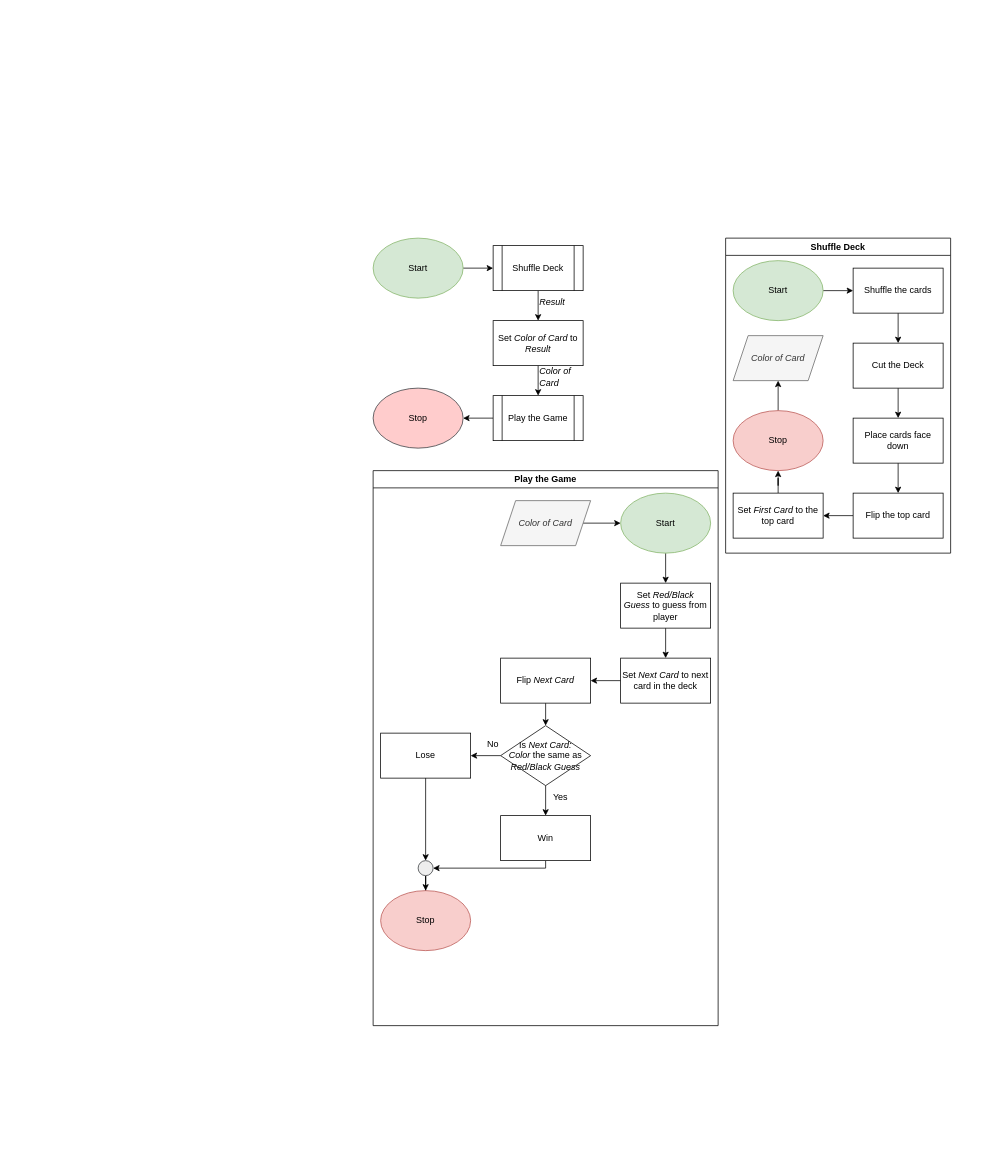
The draw.io diagram newRedOrBlackDiagram.drawio in fabianlegair/techelevator, before the edit. Source tidied: cells renumbered, new cells numbered last; positions are measured from the earlier drawing's top-left corner, leaving out a move shared by most shapes. Both pictures are drawn from the tidied source at 75%, with x=0, y=0 at pixel (373, 238).
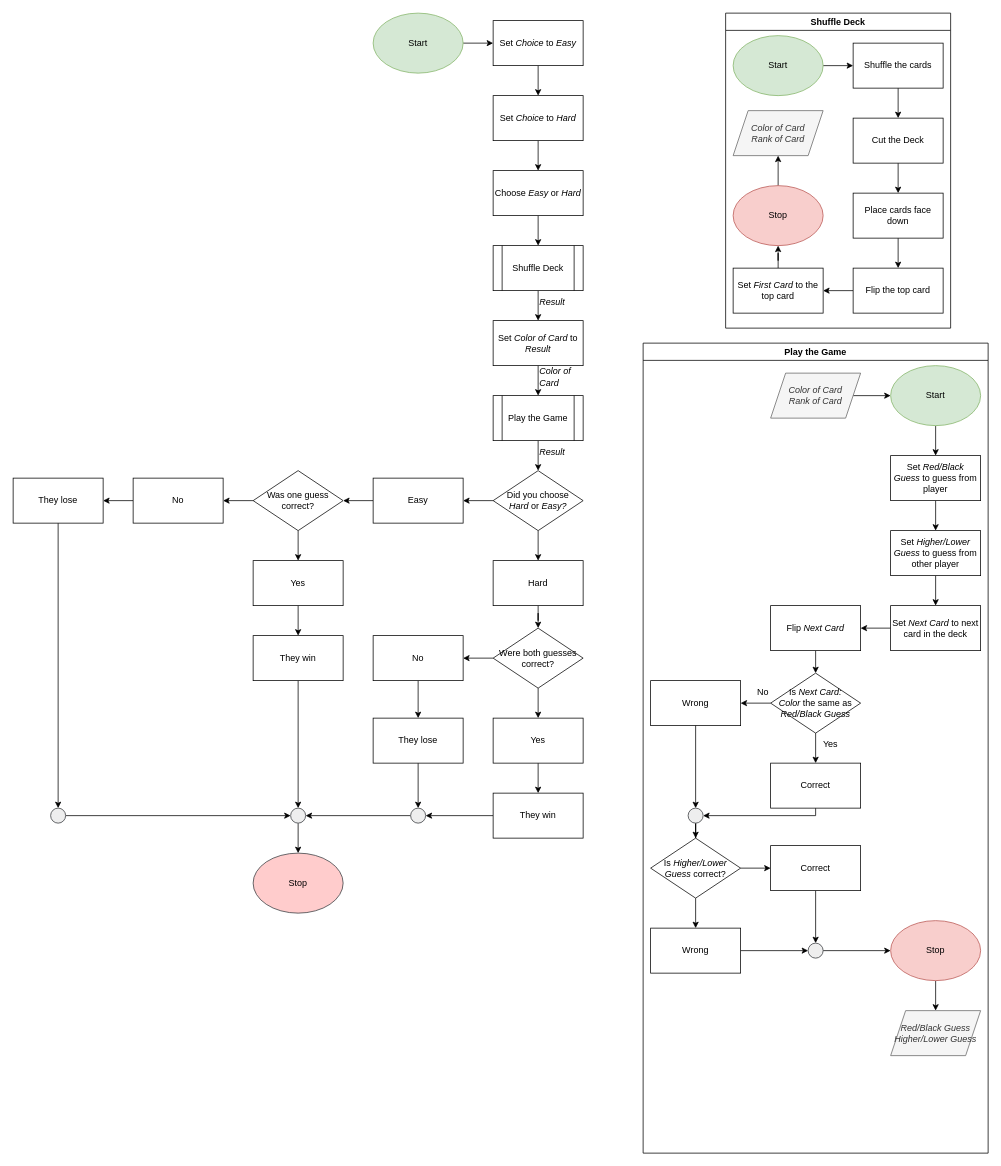
The same page after the edit.

Unchanged cells that the change refers to:
```xml
<mxCell id="5" value="Shuffle Deck" style="shape=process;whiteSpace=wrap;html=1;backgroundOutline=1;" parent="1" vertex="1">
  <mxGeometry x="160" y="10" width="120" height="60" as="geometry" />
</mxCell>
<mxCell id="32" value="Set &lt;i&gt;Red/Black Guess&lt;/i&gt;&amp;nbsp;to guess from player" style="rounded=0;whiteSpace=wrap;html=1;" parent="22" vertex="1">
  <mxGeometry x="330" y="150" width="120" height="60" as="geometry" />
</mxCell>
<mxCell id="50" value="Play the Game" style="shape=process;whiteSpace=wrap;html=1;backgroundOutline=1;" parent="1" vertex="1">
  <mxGeometry x="160" y="210" width="120" height="60" as="geometry" />
</mxCell>
```

What changed in the source:
```diff
@@
-    <mxCell id="2" style="edgeStyle=orthogonalEdgeStyle;rounded=0;jettySize=auto;html=1;exitX=1;exitY=0.5;exitDx=0;exitDy=0;entryX=0;entryY=0.5;entryDx=0;entryDy=0;" parent="1" edge="1" source="3" target="5">
-      <mxGeometry relative="1" as="geometry" />
-    </mxCell>
+    <mxCell id="56" style="edgeStyle=orthogonalEdgeStyle;rounded=0;jettySize=auto;html=1;" parent="1" edge="1" source="3" target="74">
+      <mxGeometry relative="1" as="geometry" />
+    </mxCell>
     <mxCell id="3" value="Start" style="ellipse;whiteSpace=wrap;html=1;fillColor=#d5e8d4;strokeColor=#82b366;" parent="1" vertex="1">
-      <mxGeometry width="120" height="80" as="geometry" />
+      <mxGeometry y="-300" width="120" height="80" as="geometry" />
     </mxCell>
@@
     <mxCell id="6" value="Shuffle Deck" style="swimlane;whiteSpace=wrap;html=1;" parent="1" vertex="1">
-      <mxGeometry x="470" width="300" height="420" as="geometry" />
+      <mxGeometry x="470" y="-300" width="300" height="420" as="geometry" />
     </mxCell>
@@
-    <mxCell id="19" value="&lt;i&gt;Color of Card&lt;/i&gt;" style="shape=parallelogram;perimeter=parallelogramPerimeter;whiteSpace=wrap;html=1;fixedSize=1;fillColor=#f5f5f5;fontColor=#333333;strokeColor=#666666;" parent="6" vertex="1">
+    <mxCell id="19" value="&lt;i&gt;Color of Card&lt;br&gt;Rank of Card&lt;br&gt;&lt;/i&gt;" style="shape=parallelogram;perimeter=parallelogramPerimeter;whiteSpace=wrap;html=1;fixedSize=1;fillColor=#f5f5f5;fontColor=#333333;strokeColor=#666666;" parent="6" vertex="1">
       <mxGeometry x="10" y="130" width="120" height="60" as="geometry" />
     </mxCell>
@@
     <mxCell id="22" value="Play the Game" style="swimlane;whiteSpace=wrap;html=1;startSize=23;" parent="1" vertex="1">
-      <mxGeometry y="310" width="460" height="740" as="geometry" />
+      <mxGeometry x="360" y="140" width="460" height="1080" as="geometry" />
     </mxCell>
@@
-    <mxCell id="30" value="&lt;i&gt;Color of Card&lt;/i&gt;" style="shape=parallelogram;perimeter=parallelogramPerimeter;whiteSpace=wrap;html=1;fixedSize=1;fillColor=#f5f5f5;fontColor=#333333;strokeColor=#666666;" parent="22" vertex="1">
+    <mxCell id="30" value="&lt;i&gt;Color of Card&lt;br&gt;Rank of Card&lt;br&gt;&lt;/i&gt;" style="shape=parallelogram;perimeter=parallelogramPerimeter;whiteSpace=wrap;html=1;fixedSize=1;fillColor=#f5f5f5;fontColor=#333333;strokeColor=#666666;" parent="22" vertex="1">
       <mxGeometry x="170" y="40" width="120" height="60" as="geometry" />
     </mxCell>
-    <mxCell id="31" style="edgeStyle=orthogonalEdgeStyle;rounded=0;jettySize=auto;html=1;" parent="22" edge="1" source="32" target="46">
-      <mxGeometry relative="1" as="geometry" />
-    </mxCell>
+    <mxCell id="57" style="edgeStyle=orthogonalEdgeStyle;rounded=0;jettySize=auto;html=1;" parent="22" edge="1" source="32" target="67">
+      <mxGeometry relative="1" as="geometry" />
+    </mxCell>
@@
     <mxCell id="33" value="Is &lt;i&gt;Next Card: Color&lt;/i&gt;&amp;nbsp;the same as &lt;i&gt;Red/Black Guess&lt;/i&gt;" style="rhombus;whiteSpace=wrap;html=1;" parent="22" vertex="1">
-      <mxGeometry x="170" y="340" width="120" height="80" as="geometry" />
+      <mxGeometry x="170" y="440" width="120" height="80" as="geometry" />
     </mxCell>
     <mxCell id="34" style="edgeStyle=orthogonalEdgeStyle;rounded=0;jettySize=auto;html=1;exitX=0.5;exitY=1;exitDx=0;exitDy=0;entryX=1;entryY=0.5;entryDx=0;entryDy=0;" parent="22" edge="1" source="35" target="43">
       <mxGeometry relative="1" as="geometry">
         <Array as="points">
-          <mxPoint x="230" y="530" />
+          <mxPoint x="230" y="630" />
         </Array>
       </mxGeometry>
     </mxCell>
-    <mxCell id="35" value="Win" style="rounded=0;whiteSpace=wrap;html=1;" parent="22" vertex="1">
-      <mxGeometry x="170" y="460" width="120" height="60" as="geometry" />
+    <mxCell id="35" value="Correct" style="rounded=0;whiteSpace=wrap;html=1;" parent="22" vertex="1">
+      <mxGeometry x="170" y="560" width="120" height="60" as="geometry" />
     </mxCell>
@@
-    <mxCell id="37" style="edgeStyle=orthogonalEdgeStyle;rounded=0;jettySize=auto;html=1;entryX=0.5;entryY=0;entryDx=0;entryDy=0;" parent="22" edge="1" source="43" target="42">
-      <mxGeometry relative="1" as="geometry" />
-    </mxCell>
-    <mxCell id="38" value="Lose" style="rounded=0;whiteSpace=wrap;html=1;" parent="22" vertex="1">
-      <mxGeometry x="10" y="350" width="120" height="60" as="geometry" />
+    <mxCell id="38" value="Wrong" style="rounded=0;whiteSpace=wrap;html=1;" parent="22" vertex="1">
+      <mxGeometry x="10" y="450" width="120" height="60" as="geometry" />
     </mxCell>
@@
     <mxCell id="40" value="Yes" style="text;html=1;strokeColor=none;fillColor=none;align=center;verticalAlign=middle;whiteSpace=wrap;rounded=0;" parent="22" vertex="1">
-      <mxGeometry x="220" y="420" width="60" height="30" as="geometry" />
+      <mxGeometry x="220" y="520" width="60" height="30" as="geometry" />
     </mxCell>
     <mxCell id="41" value="No" style="text;html=1;strokeColor=none;fillColor=none;align=center;verticalAlign=middle;whiteSpace=wrap;rounded=0;" parent="22" vertex="1">
-      <mxGeometry x="130" y="350" width="60" height="30" as="geometry" />
+      <mxGeometry x="130" y="450" width="60" height="30" as="geometry" />
     </mxCell>
-    <mxCell id="42" value="Stop" style="ellipse;whiteSpace=wrap;html=1;fillColor=#f8cecc;strokeColor=#b85450;" parent="22" vertex="1">
-      <mxGeometry x="10" y="560" width="120" height="80" as="geometry" />
-    </mxCell>
+    <mxCell id="58" style="edgeStyle=orthogonalEdgeStyle;rounded=0;jettySize=auto;html=1;" parent="22" edge="1" source="43" target="61">
+      <mxGeometry relative="1" as="geometry" />
+    </mxCell>
     <mxCell id="43" style="ellipse;whiteSpace=wrap;html=1;fillColor=#eeeeee;strokeColor=#36393d;" parent="22" vertex="1">
-      <mxGeometry x="60" y="520" width="20" height="20" as="geometry" />
+      <mxGeometry x="60" y="620" width="20" height="20" as="geometry" />
     </mxCell>
@@
     <mxCell id="46" value="Set &lt;i&gt;Next Card &lt;/i&gt;to next card in the deck" style="rounded=0;whiteSpace=wrap;html=1;" parent="22" vertex="1">
-      <mxGeometry x="330" y="250" width="120" height="60" as="geometry" />
+      <mxGeometry x="330" y="350" width="120" height="60" as="geometry" />
     </mxCell>
@@
     <mxCell id="48" value="Flip &lt;i&gt;Next Card&lt;/i&gt;" style="rounded=0;whiteSpace=wrap;html=1;" parent="22" vertex="1">
-      <mxGeometry x="170" y="250" width="120" height="60" as="geometry" />
+      <mxGeometry x="170" y="350" width="120" height="60" as="geometry" />
     </mxCell>
-    <mxCell id="49" style="edgeStyle=orthogonalEdgeStyle;rounded=0;jettySize=auto;html=1;" parent="1" edge="1" source="50" target="55">
-      <mxGeometry relative="1" as="geometry" />
-    </mxCell>
+    <mxCell id="59" style="edgeStyle=orthogonalEdgeStyle;rounded=0;jettySize=auto;html=1;" parent="22" edge="1" source="61" target="65">
+      <mxGeometry relative="1" as="geometry" />
+    </mxCell>
+    <mxCell id="60" style="edgeStyle=orthogonalEdgeStyle;rounded=0;jettySize=auto;html=1;" parent="22" edge="1" source="61" target="63">
+      <mxGeometry relative="1" as="geometry" />
+    </mxCell>
+    <mxCell id="61" value="Is &lt;i&gt;Higher/Lower Guess&lt;/i&gt;&amp;nbsp;correct?" style="rhombus;whiteSpace=wrap;html=1;" parent="22" vertex="1">
+      <mxGeometry x="10" y="660" width="120" height="80" as="geometry" />
+    </mxCell>
+    <mxCell id="62" style="edgeStyle=orthogonalEdgeStyle;rounded=0;jettySize=auto;html=1;" parent="22" edge="1" source="63" target="70">
+      <mxGeometry relative="1" as="geometry" />
+    </mxCell>
+    <mxCell id="63" value="Correct" style="rounded=0;whiteSpace=wrap;html=1;" parent="22" vertex="1">
+      <mxGeometry x="170" y="670" width="120" height="60" as="geometry" />
+    </mxCell>
+    <mxCell id="64" style="edgeStyle=orthogonalEdgeStyle;rounded=0;jettySize=auto;html=1;" parent="22" edge="1" source="65" target="70">
+      <mxGeometry relative="1" as="geometry" />
+    </mxCell>
+    <mxCell id="65" value="Wrong" style="rounded=0;whiteSpace=wrap;html=1;" parent="22" vertex="1">
+      <mxGeometry x="10" y="780" width="120" height="60" as="geometry" />
+    </mxCell>
+    <mxCell id="66" style="edgeStyle=orthogonalEdgeStyle;rounded=0;jettySize=auto;html=1;" parent="22" edge="1" source="67" target="46">
+      <mxGeometry relative="1" as="geometry" />
+    </mxCell>
+    <mxCell id="67" value="Set &lt;i&gt;Higher/Lower Guess&lt;/i&gt;&amp;nbsp;to guess from other player" style="rounded=0;whiteSpace=wrap;html=1;" parent="22" vertex="1">
+      <mxGeometry x="330" y="250" width="120" height="60" as="geometry" />
+    </mxCell>
+    <mxCell id="68" style="edgeStyle=orthogonalEdgeStyle;rounded=0;jettySize=auto;html=1;" parent="22" edge="1" source="42" target="71">
+      <mxGeometry relative="1" as="geometry" />
+    </mxCell>
+    <mxCell id="42" value="Stop" style="ellipse;whiteSpace=wrap;html=1;fillColor=#f8cecc;strokeColor=#b85450;" parent="22" vertex="1">
+      <mxGeometry x="330" y="770" width="120" height="80" as="geometry" />
+    </mxCell>
+    <mxCell id="69" style="edgeStyle=orthogonalEdgeStyle;rounded=0;jettySize=auto;html=1;" parent="22" edge="1" source="70" target="42">
+      <mxGeometry relative="1" as="geometry" />
+    </mxCell>
+    <mxCell id="70" style="ellipse;whiteSpace=wrap;html=1;fillColor=#eeeeee;strokeColor=#36393d;" parent="22" vertex="1">
+      <mxGeometry x="220" y="800" width="20" height="20" as="geometry" />
+    </mxCell>
+    <mxCell id="71" value="&lt;i&gt;Red/Black Guess&lt;br&gt;Higher/Lower Guess&lt;br&gt;&lt;/i&gt;" style="shape=parallelogram;perimeter=parallelogramPerimeter;whiteSpace=wrap;html=1;fixedSize=1;fillColor=#f5f5f5;fontColor=#333333;strokeColor=#666666;" parent="22" vertex="1">
+      <mxGeometry x="330" y="890" width="120" height="60" as="geometry" />
+    </mxCell>
+    <mxCell id="72" style="edgeStyle=orthogonalEdgeStyle;rounded=0;jettySize=auto;html=1;" parent="1" edge="1" source="50" target="81">
+      <mxGeometry relative="1" as="geometry" />
+    </mxCell>
@@
     <mxCell id="55" value="Stop" style="ellipse;whiteSpace=wrap;html=1;fillColor=#ffcccc;strokeColor=#36393d;" parent="1" vertex="1">
-      <mxGeometry y="200" width="120" height="80" as="geometry" />
+      <mxGeometry x="-160" y="820" width="120" height="80" as="geometry" />
     </mxCell>
+    <mxCell id="73" style="edgeStyle=orthogonalEdgeStyle;rounded=0;jettySize=auto;html=1;" parent="1" edge="1" source="74" target="76">
+      <mxGeometry relative="1" as="geometry" />
+    </mxCell>
+    <mxCell id="74" value="Set &lt;i&gt;Choice&lt;/i&gt;&amp;nbsp;to &lt;i&gt;Easy&lt;/i&gt;" style="rounded=0;whiteSpace=wrap;html=1;" parent="1" vertex="1">
+      <mxGeometry x="160" y="-290" width="120" height="60" as="geometry" />
+    </mxCell>
+    <mxCell id="75" style="edgeStyle=orthogonalEdgeStyle;rounded=0;jettySize=auto;html=1;" parent="1" edge="1" source="76" target="78">
+      <mxGeometry relative="1" as="geometry" />
+    </mxCell>
+    <mxCell id="76" value="Set &lt;i&gt;Choice&lt;/i&gt;&amp;nbsp;to &lt;i&gt;Hard&lt;/i&gt;" style="rounded=0;whiteSpace=wrap;html=1;" parent="1" vertex="1">
+      <mxGeometry x="160" y="-190" width="120" height="60" as="geometry" />
+    </mxCell>
+    <mxCell id="77" style="edgeStyle=orthogonalEdgeStyle;rounded=0;jettySize=auto;html=1;exitX=0.5;exitY=1;exitDx=0;exitDy=0;entryX=0.5;entryY=0;entryDx=0;entryDy=0;" parent="1" edge="1" source="78" target="5">
+      <mxGeometry relative="1" as="geometry" />
+    </mxCell>
+    <mxCell id="78" value="Choose &lt;i&gt;Easy&lt;/i&gt;&amp;nbsp;or &lt;i&gt;Hard&lt;/i&gt;" style="rounded=0;whiteSpace=wrap;html=1;" parent="1" vertex="1">
+      <mxGeometry x="160" y="-90" width="120" height="60" as="geometry" />
+    </mxCell>
+    <mxCell id="79" style="edgeStyle=orthogonalEdgeStyle;rounded=0;jettySize=auto;html=1;" parent="1" edge="1" source="81" target="85">
+      <mxGeometry relative="1" as="geometry" />
+    </mxCell>
+    <mxCell id="80" style="edgeStyle=orthogonalEdgeStyle;rounded=0;jettySize=auto;html=1;" parent="1" edge="1" source="81" target="83">
+      <mxGeometry relative="1" as="geometry" />
+    </mxCell>
+    <mxCell id="81" value="Did you choose &lt;i&gt;Hard&lt;/i&gt;&amp;nbsp;or &lt;i&gt;Easy?&lt;/i&gt;" style="rhombus;whiteSpace=wrap;html=1;" parent="1" vertex="1">
+      <mxGeometry x="160" y="310" width="120" height="80" as="geometry" />
+    </mxCell>
+    <mxCell id="82" style="edgeStyle=orthogonalEdgeStyle;rounded=0;jettySize=auto;html=1;" parent="1" edge="1" source="83" target="95">
+      <mxGeometry relative="1" as="geometry" />
+    </mxCell>
+    <mxCell id="83" value="Hard" style="rounded=0;whiteSpace=wrap;html=1;" parent="1" vertex="1">
+      <mxGeometry x="160" y="430" width="120" height="60" as="geometry" />
+    </mxCell>
+    <mxCell id="84" style="edgeStyle=orthogonalEdgeStyle;rounded=0;jettySize=auto;html=1;" parent="1" edge="1" source="85" target="88">
+      <mxGeometry relative="1" as="geometry" />
+    </mxCell>
+    <mxCell id="85" value="Easy" style="rounded=0;whiteSpace=wrap;html=1;" parent="1" vertex="1">
+      <mxGeometry y="320" width="120" height="60" as="geometry" />
+    </mxCell>
+    <mxCell id="86" style="edgeStyle=orthogonalEdgeStyle;rounded=0;jettySize=auto;html=1;" parent="1" edge="1" source="88" target="92">
+      <mxGeometry relative="1" as="geometry" />
+    </mxCell>
+    <mxCell id="87" style="edgeStyle=orthogonalEdgeStyle;rounded=0;jettySize=auto;html=1;" parent="1" edge="1" source="88" target="90">
+      <mxGeometry relative="1" as="geometry" />
+    </mxCell>
+    <mxCell id="88" value="Was one guess correct?" style="rhombus;whiteSpace=wrap;html=1;" parent="1" vertex="1">
+      <mxGeometry x="-160" y="310" width="120" height="80" as="geometry" />
+    </mxCell>
+    <mxCell id="89" style="edgeStyle=orthogonalEdgeStyle;rounded=0;jettySize=auto;html=1;" parent="1" edge="1" source="90" target="98">
+      <mxGeometry relative="1" as="geometry" />
+    </mxCell>
+    <mxCell id="90" value="No" style="rounded=0;whiteSpace=wrap;html=1;" parent="1" vertex="1">
+      <mxGeometry x="-320" y="320" width="120" height="60" as="geometry" />
+    </mxCell>
+    <mxCell id="91" style="edgeStyle=orthogonalEdgeStyle;rounded=0;jettySize=auto;html=1;" parent="1" edge="1" source="92" target="100">
+      <mxGeometry relative="1" as="geometry" />
+    </mxCell>
+    <mxCell id="92" value="Yes" style="rounded=0;whiteSpace=wrap;html=1;" parent="1" vertex="1">
+      <mxGeometry x="-160" y="430" width="120" height="60" as="geometry" />
+    </mxCell>
+    <mxCell id="93" style="edgeStyle=orthogonalEdgeStyle;rounded=0;jettySize=auto;html=1;" parent="1" edge="1" source="95" target="102">
+      <mxGeometry relative="1" as="geometry" />
+    </mxCell>
+    <mxCell id="94" style="edgeStyle=orthogonalEdgeStyle;rounded=0;jettySize=auto;html=1;" parent="1" edge="1" source="95" target="104">
+      <mxGeometry relative="1" as="geometry" />
+    </mxCell>
+    <mxCell id="95" value="Were both guesses correct?" style="rhombus;whiteSpace=wrap;html=1;" parent="1" vertex="1">
+      <mxGeometry x="160" y="520" width="120" height="80" as="geometry" />
+    </mxCell>
+    <mxCell id="96" value="&lt;i&gt;Result&lt;/i&gt;" style="text;html=1;strokeColor=none;fillColor=none;align=left;verticalAlign=middle;whiteSpace=wrap;rounded=0;" parent="1" vertex="1">
+      <mxGeometry x="220" y="270" width="60" height="30" as="geometry" />
+    </mxCell>
+    <mxCell id="97" style="edgeStyle=orthogonalEdgeStyle;rounded=0;jettySize=auto;html=1;exitX=0.5;exitY=1;exitDx=0;exitDy=0;entryX=0.5;entryY=0;entryDx=0;entryDy=0;" parent="1" edge="1" source="98" target="114">
+      <mxGeometry relative="1" as="geometry" />
+    </mxCell>
+    <mxCell id="98" value="They lose" style="rounded=0;whiteSpace=wrap;html=1;" parent="1" vertex="1">
+      <mxGeometry x="-480" y="320" width="120" height="60" as="geometry" />
+    </mxCell>
+    <mxCell id="99" style="edgeStyle=orthogonalEdgeStyle;rounded=0;jettySize=auto;html=1;exitX=0.5;exitY=1;exitDx=0;exitDy=0;entryX=0.5;entryY=0;entryDx=0;entryDy=0;" parent="1" edge="1" source="100" target="112">
+      <mxGeometry relative="1" as="geometry" />
+    </mxCell>
+    <mxCell id="100" value="They win" style="rounded=0;whiteSpace=wrap;html=1;" parent="1" vertex="1">
+      <mxGeometry x="-160" y="530" width="120" height="60" as="geometry" />
+    </mxCell>
+    <mxCell id="101" style="edgeStyle=orthogonalEdgeStyle;rounded=0;jettySize=auto;html=1;" parent="1" edge="1" source="102" target="106">
+      <mxGeometry relative="1" as="geometry" />
+    </mxCell>
+    <mxCell id="102" value="No" style="rounded=0;whiteSpace=wrap;html=1;" parent="1" vertex="1">
+      <mxGeometry y="530" width="120" height="60" as="geometry" />
+    </mxCell>
+    <mxCell id="103" style="edgeStyle=orthogonalEdgeStyle;rounded=0;jettySize=auto;html=1;" parent="1" edge="1" source="104" target="108">
+      <mxGeometry relative="1" as="geometry" />
+    </mxCell>
+    <mxCell id="104" value="Yes" style="rounded=0;whiteSpace=wrap;html=1;" parent="1" vertex="1">
+      <mxGeometry x="160" y="640" width="120" height="60" as="geometry" />
+    </mxCell>
+    <mxCell id="105" style="edgeStyle=orthogonalEdgeStyle;rounded=0;jettySize=auto;html=1;" parent="1" edge="1" source="106" target="110">
+      <mxGeometry relative="1" as="geometry" />
+    </mxCell>
+    <mxCell id="106" value="They lose" style="rounded=0;whiteSpace=wrap;html=1;" parent="1" vertex="1">
+      <mxGeometry y="640" width="120" height="60" as="geometry" />
+    </mxCell>
+    <mxCell id="107" style="edgeStyle=orthogonalEdgeStyle;rounded=0;jettySize=auto;html=1;" parent="1" edge="1" source="108" target="110">
+      <mxGeometry relative="1" as="geometry" />
+    </mxCell>
+    <mxCell id="108" value="They win" style="rounded=0;whiteSpace=wrap;html=1;" parent="1" vertex="1">
+      <mxGeometry x="160" y="740" width="120" height="60" as="geometry" />
+    </mxCell>
+    <mxCell id="109" style="edgeStyle=orthogonalEdgeStyle;rounded=0;jettySize=auto;html=1;exitX=0;exitY=0.5;exitDx=0;exitDy=0;entryX=1;entryY=0.5;entryDx=0;entryDy=0;" parent="1" edge="1" source="110" target="112">
+      <mxGeometry relative="1" as="geometry" />
+    </mxCell>
+    <mxCell id="110" style="ellipse;whiteSpace=wrap;html=1;fillColor=#eeeeee;strokeColor=#36393d;" parent="1" vertex="1">
+      <mxGeometry x="50" y="760" width="20" height="20" as="geometry" />
+    </mxCell>
+    <mxCell id="111" style="edgeStyle=orthogonalEdgeStyle;rounded=0;jettySize=auto;html=1;" parent="1" edge="1" source="112" target="55">
+      <mxGeometry relative="1" as="geometry" />
+    </mxCell>
+    <mxCell id="112" style="ellipse;whiteSpace=wrap;html=1;fillColor=#eeeeee;strokeColor=#36393d;" parent="1" vertex="1">
+      <mxGeometry x="-110" y="760" width="20" height="20" as="geometry" />
+    </mxCell>
+    <mxCell id="113" style="edgeStyle=orthogonalEdgeStyle;rounded=0;jettySize=auto;html=1;exitX=1;exitY=0.5;exitDx=0;exitDy=0;entryX=0;entryY=0.5;entryDx=0;entryDy=0;" parent="1" edge="1" source="114" target="112">
+      <mxGeometry relative="1" as="geometry" />
+    </mxCell>
+    <mxCell id="114" style="ellipse;whiteSpace=wrap;html=1;fillColor=#eeeeee;strokeColor=#36393d;" parent="1" vertex="1">
+      <mxGeometry x="-430" y="760" width="20" height="20" as="geometry" />
+    </mxCell>
```
